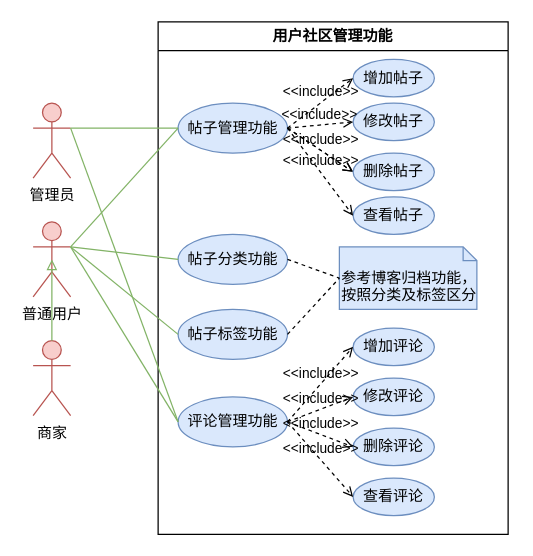
This is 海洋生物百科/用例图/用户社区管理功能.drawio from Running-Turtle1/Graph, a draw.io file, before an edit. Source tidied: cells renumbered, new cells numbered last; positions are measured from the earlier drawing's top-left corner, leaving out a move shared by most shapes. Both pictures are drawn from the tidied source at 125%, with x=0, y=0 at pixel (32, 21).
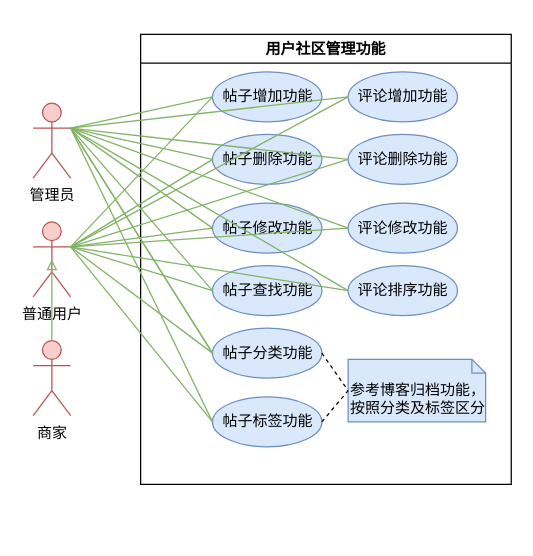
The same page after the edit.

Commit message:
更新用户社区管理功能.drawio

The change refers to these unchanged cells:
```xml
<mxCell id="27" value="普通用户" style="shape=umlActor;verticalLabelPosition=bottom;verticalAlign=top;html=1;fillColor=#f8cecc;strokeColor=#b85450;" parent="1" vertex="1">
  <mxGeometry y="160" width="30" height="60" as="geometry" />
</mxCell>
<mxCell id="29" value="管理员" style="shape=umlActor;verticalLabelPosition=bottom;verticalAlign=top;html=1;fillColor=#f8cecc;strokeColor=#b85450;" parent="1" vertex="1">
  <mxGeometry y="65" width="30" height="60" as="geometry" />
</mxCell>
```

Change to the diagram source:
```diff
@@
     <mxCell id="2" value="用户社区管理功能" style="swimlane;whiteSpace=wrap;html=1;" parent="1" vertex="1">
-      <mxGeometry x="100" width="280" height="410" as="geometry" />
+      <mxGeometry x="86" y="10" width="296.5" height="360" as="geometry" />
     </mxCell>
-    <mxCell id="3" value="帖子管理功能" style="ellipse;whiteSpace=wrap;html=1;fillColor=#dae8fc;strokeColor=#6c8ebf;" parent="2" vertex="1">
-      <mxGeometry x="16" y="65" width="87.5" height="40" as="geometry" />
-    </mxCell>
+    <mxCell id="37" value="帖子增加功能" style="ellipse;whiteSpace=wrap;html=1;fillColor=#dae8fc;strokeColor=#6c8ebf;" parent="2" vertex="1">
+      <mxGeometry x="57.5" y="30" width="87.5" height="40" as="geometry" />
+    </mxCell>
+    <mxCell id="38" value="帖子删除功能" style="ellipse;whiteSpace=wrap;html=1;fillColor=#dae8fc;strokeColor=#6c8ebf;" parent="2" vertex="1">
+      <mxGeometry x="57.5" y="80" width="87.5" height="40" as="geometry" />
+    </mxCell>
+    <mxCell id="39" value="帖子修改功能" style="ellipse;whiteSpace=wrap;html=1;fillColor=#dae8fc;strokeColor=#6c8ebf;" parent="2" vertex="1">
+      <mxGeometry x="57.5" y="135" width="87.5" height="40" as="geometry" />
+    </mxCell>
+    <mxCell id="40" value="帖子查找功能" style="ellipse;whiteSpace=wrap;html=1;fillColor=#dae8fc;strokeColor=#6c8ebf;" parent="2" vertex="1">
+      <mxGeometry x="57.5" y="185" width="87.5" height="40" as="geometry" />
+    </mxCell>
     <mxCell id="4" value="帖子分类功能" style="ellipse;whiteSpace=wrap;html=1;fillColor=#dae8fc;strokeColor=#6c8ebf;" parent="2" vertex="1">
-      <mxGeometry x="16" y="170" width="87.5" height="40" as="geometry" />
+      <mxGeometry x="57.5" y="235" width="87.5" height="40" as="geometry" />
     </mxCell>
     <mxCell id="5" value="帖子标签功能" style="ellipse;whiteSpace=wrap;html=1;fillColor=#dae8fc;strokeColor=#6c8ebf;" parent="2" vertex="1">
-      <mxGeometry x="16" y="230" width="87.5" height="40" as="geometry" />
+      <mxGeometry x="57.5" y="290" width="87.5" height="40" as="geometry" />
     </mxCell>
-    <mxCell id="6" value="增加帖子" style="ellipse;whiteSpace=wrap;html=1;fillColor=#dae8fc;strokeColor=#6c8ebf;" parent="2" vertex="1">
-      <mxGeometry x="156" y="30" width="65" height="30" as="geometry" />
-    </mxCell>
-    <mxCell id="7" value="修改帖子" style="ellipse;whiteSpace=wrap;html=1;fillColor=#dae8fc;strokeColor=#6c8ebf;" parent="2" vertex="1">
-      <mxGeometry x="156" y="65" width="65" height="30" as="geometry" />
-    </mxCell>
-    <mxCell id="8" value="&amp;lt;&amp;lt;include&amp;gt;&amp;gt;" style="html=1;verticalAlign=bottom;labelBackgroundColor=none;endArrow=open;endFill=0;dashed=1;rounded=0;exitX=1;exitY=0.5;exitDx=0;exitDy=0;entryX=0;entryY=0.5;entryDx=0;entryDy=0;" parent="2" edge="1" source="3" target="6">
-      <mxGeometry relative="1" as="geometry" />
-    </mxCell>
-    <mxCell id="9" value="&amp;lt;&amp;lt;include&amp;gt;&amp;gt;" style="html=1;verticalAlign=bottom;labelBackgroundColor=none;endArrow=open;endFill=0;dashed=1;rounded=0;entryX=0;entryY=0.5;entryDx=0;entryDy=0;exitX=1;exitY=0.5;exitDx=0;exitDy=0;" parent="2" edge="1" source="3" target="7">
-      <mxGeometry relative="1" as="geometry" />
-    </mxCell>
-    <mxCell id="10" value="&amp;lt;&amp;lt;include&amp;gt;&amp;gt;" style="html=1;verticalAlign=bottom;labelBackgroundColor=none;endArrow=open;endFill=0;dashed=1;rounded=0;exitX=1;exitY=0.5;exitDx=0;exitDy=0;entryX=0;entryY=0.5;entryDx=0;entryDy=0;" parent="2" edge="1" source="3" target="24">
-      <mxGeometry relative="1" as="geometry" />
-    </mxCell>
-    <mxCell id="11" value="查看帖子" style="ellipse;whiteSpace=wrap;html=1;fillColor=#dae8fc;strokeColor=#6c8ebf;" parent="2" vertex="1">
-      <mxGeometry x="156" y="140" width="65" height="30" as="geometry" />
-    </mxCell>
-    <mxCell id="12" value="&amp;lt;&amp;lt;include&amp;gt;&amp;gt;" style="html=1;verticalAlign=bottom;labelBackgroundColor=none;endArrow=open;endFill=0;dashed=1;rounded=0;exitX=1;exitY=0.5;exitDx=0;exitDy=0;entryX=0;entryY=0.5;entryDx=0;entryDy=0;" parent="2" edge="1" source="3" target="11">
-      <mxGeometry relative="1" as="geometry" />
-    </mxCell>
-    <mxCell id="13" value="评论管理功能" style="ellipse;whiteSpace=wrap;html=1;fillColor=#dae8fc;strokeColor=#6c8ebf;" parent="2" vertex="1">
-      <mxGeometry x="16" y="300" width="87.5" height="40" as="geometry" />
-    </mxCell>
-    <mxCell id="14" value="增加评论" style="ellipse;whiteSpace=wrap;html=1;fillColor=#dae8fc;strokeColor=#6c8ebf;" parent="2" vertex="1">
-      <mxGeometry x="156" y="245" width="65" height="30" as="geometry" />
-    </mxCell>
-    <mxCell id="15" value="修改评论" style="ellipse;whiteSpace=wrap;html=1;fillColor=#dae8fc;strokeColor=#6c8ebf;" parent="2" vertex="1">
-      <mxGeometry x="156" y="285" width="65" height="30" as="geometry" />
-    </mxCell>
-    <mxCell id="16" value="删除评论" style="ellipse;whiteSpace=wrap;html=1;fillColor=#dae8fc;strokeColor=#6c8ebf;" parent="2" vertex="1">
-      <mxGeometry x="156" y="325" width="65" height="30" as="geometry" />
-    </mxCell>
-    <mxCell id="17" value="查看评论" style="ellipse;whiteSpace=wrap;html=1;fillColor=#dae8fc;strokeColor=#6c8ebf;" parent="2" vertex="1">
-      <mxGeometry x="156" y="365" width="65" height="30" as="geometry" />
-    </mxCell>
-    <mxCell id="18" value="&amp;lt;&amp;lt;include&amp;gt;&amp;gt;" style="html=1;verticalAlign=bottom;labelBackgroundColor=none;endArrow=open;endFill=0;dashed=1;rounded=0;exitX=1;exitY=0.5;exitDx=0;exitDy=0;entryX=0;entryY=0.5;entryDx=0;entryDy=0;" parent="2" edge="1" source="13" target="14">
-      <mxGeometry relative="1" as="geometry" />
-    </mxCell>
-    <mxCell id="19" value="&amp;lt;&amp;lt;include&amp;gt;&amp;gt;" style="html=1;verticalAlign=bottom;labelBackgroundColor=none;endArrow=open;endFill=0;dashed=1;rounded=0;entryX=0;entryY=0.5;entryDx=0;entryDy=0;exitX=1;exitY=0.5;exitDx=0;exitDy=0;" parent="2" edge="1" source="13" target="15">
-      <mxGeometry relative="1" as="geometry" />
-    </mxCell>
-    <mxCell id="20" value="&amp;lt;&amp;lt;include&amp;gt;&amp;gt;" style="html=1;verticalAlign=bottom;labelBackgroundColor=none;endArrow=open;endFill=0;dashed=1;rounded=0;entryX=0;entryY=0.5;entryDx=0;entryDy=0;exitX=1;exitY=0.5;exitDx=0;exitDy=0;" parent="2" edge="1" source="13" target="16">
-      <mxGeometry relative="1" as="geometry" />
-    </mxCell>
-    <mxCell id="21" value="&amp;lt;&amp;lt;include&amp;gt;&amp;gt;" style="html=1;verticalAlign=bottom;labelBackgroundColor=none;endArrow=open;endFill=0;dashed=1;rounded=0;entryX=0;entryY=0.5;entryDx=0;entryDy=0;exitX=1;exitY=0.5;exitDx=0;exitDy=0;" parent="2" edge="1" source="13" target="17">
-      <mxGeometry relative="1" as="geometry" />
-    </mxCell>
     <mxCell id="22" value="参考博客归档功能，按照分类及标签区分" style="shape=note2;boundedLbl=1;whiteSpace=wrap;html=1;size=11;verticalAlign=top;align=left;fillColor=#dae8fc;strokeColor=#6c8ebf;" parent="2" vertex="1">
-      <mxGeometry x="145" y="180" width="110" height="50" as="geometry" />
+      <mxGeometry x="166" y="260" width="110" height="50" as="geometry" />
     </mxCell>
-    <mxCell id="23" style="html=1;verticalAlign=bottom;labelBackgroundColor=none;endArrow=open;endFill=0;dashed=1;rounded=0;exitX=1;exitY=0.5;exitDx=0;exitDy=0;entryX=0;entryY=0.5;entryDx=0;entryDy=0;" parent="2" edge="1" source="3" target="24">
-      <mxGeometry relative="1" as="geometry" />
-    </mxCell>
-    <mxCell id="24" value="删除帖子" style="ellipse;whiteSpace=wrap;html=1;fillColor=#dae8fc;strokeColor=#6c8ebf;" parent="2" vertex="1">
-      <mxGeometry x="156" y="105" width="65" height="30" as="geometry" />
-    </mxCell>
@@
+    <mxCell id="41" value="评论增加功能" style="ellipse;whiteSpace=wrap;html=1;fillColor=#dae8fc;strokeColor=#6c8ebf;" parent="2" vertex="1">
+      <mxGeometry x="166" y="30" width="87.5" height="40" as="geometry" />
+    </mxCell>
+    <mxCell id="42" value="评论删除功能" style="ellipse;whiteSpace=wrap;html=1;fillColor=#dae8fc;strokeColor=#6c8ebf;" parent="2" vertex="1">
+      <mxGeometry x="166" y="80" width="87.5" height="40" as="geometry" />
+    </mxCell>
+    <mxCell id="43" value="评论修改功能" style="ellipse;whiteSpace=wrap;html=1;fillColor=#dae8fc;strokeColor=#6c8ebf;" parent="2" vertex="1">
+      <mxGeometry x="166" y="135" width="87.5" height="40" as="geometry" />
+    </mxCell>
+    <mxCell id="44" value="评论排序功能" style="ellipse;whiteSpace=wrap;html=1;fillColor=#dae8fc;strokeColor=#6c8ebf;" parent="2" vertex="1">
+      <mxGeometry x="166" y="185" width="87.5" height="40" as="geometry" />
+    </mxCell>
@@
+    <mxCell id="45" style="endArrow=none;html=1;rounded=0;fillColor=#d5e8d4;strokeColor=#82b366;entryX=1;entryY=0.3333333333333333;entryDx=0;entryDy=0;exitX=0;exitY=0.5;exitDx=0;exitDy=0;entryPerimeter=0;" parent="1" edge="1" source="4" target="29">
+      <mxGeometry relative="1" as="geometry" />
+    </mxCell>
+    <mxCell id="46" style="endArrow=none;html=1;rounded=0;fillColor=#d5e8d4;strokeColor=#82b366;entryX=1;entryY=0.3333333333333333;entryDx=0;entryDy=0;exitX=0;exitY=0.5;exitDx=0;exitDy=0;entryPerimeter=0;" parent="1" edge="1" source="4" target="29">
+      <mxGeometry relative="1" as="geometry" />
+    </mxCell>
+    <mxCell id="47" style="endArrow=none;html=1;rounded=0;fillColor=#d5e8d4;strokeColor=#82b366;entryX=1;entryY=0.3333333333333333;entryDx=0;entryDy=0;exitX=0;exitY=0.5;exitDx=0;exitDy=0;entryPerimeter=0;" parent="1" edge="1" source="39" target="27">
+      <mxGeometry relative="1" as="geometry" />
+    </mxCell>
+    <mxCell id="48" style="endArrow=none;html=1;rounded=0;fillColor=#d5e8d4;strokeColor=#82b366;entryX=1;entryY=0.3333333333333333;entryDx=0;entryDy=0;exitX=0;exitY=0.5;exitDx=0;exitDy=0;entryPerimeter=0;" parent="1" edge="1" source="39" target="29">
+      <mxGeometry relative="1" as="geometry" />
+    </mxCell>
+    <mxCell id="49" style="endArrow=none;html=1;rounded=0;fillColor=#d5e8d4;strokeColor=#82b366;entryX=1;entryY=0.3333333333333333;entryDx=0;entryDy=0;exitX=0;exitY=0.5;exitDx=0;exitDy=0;entryPerimeter=0;" parent="1" edge="1" source="38" target="27">
+      <mxGeometry relative="1" as="geometry" />
+    </mxCell>
+    <mxCell id="50" style="endArrow=none;html=1;rounded=0;fillColor=#d5e8d4;strokeColor=#82b366;entryX=1;entryY=0.3333333333333333;entryDx=0;entryDy=0;exitX=0;exitY=0.5;exitDx=0;exitDy=0;entryPerimeter=0;" parent="1" edge="1" source="38" target="29">
+      <mxGeometry relative="1" as="geometry" />
+    </mxCell>
+    <mxCell id="51" style="endArrow=none;html=1;rounded=0;fillColor=#d5e8d4;strokeColor=#82b366;entryX=1;entryY=0.3333333333333333;entryDx=0;entryDy=0;exitX=0;exitY=0.5;exitDx=0;exitDy=0;entryPerimeter=0;" parent="1" edge="1" source="37" target="29">
+      <mxGeometry relative="1" as="geometry" />
+    </mxCell>
+    <mxCell id="52" style="endArrow=none;html=1;rounded=0;fillColor=#d5e8d4;strokeColor=#82b366;entryX=1;entryY=0.3333333333333333;entryDx=0;entryDy=0;exitX=0;exitY=0.5;exitDx=0;exitDy=0;entryPerimeter=0;" parent="1" edge="1" source="37" target="27">
+      <mxGeometry relative="1" as="geometry" />
+    </mxCell>
+    <mxCell id="53" style="endArrow=none;html=1;rounded=0;fillColor=#d5e8d4;strokeColor=#82b366;entryX=1;entryY=0.3333333333333333;entryDx=0;entryDy=0;exitX=0;exitY=0.5;exitDx=0;exitDy=0;entryPerimeter=0;" parent="1" edge="1" source="40" target="29">
+      <mxGeometry relative="1" as="geometry" />
+    </mxCell>
+    <mxCell id="54" style="endArrow=none;html=1;rounded=0;fillColor=#d5e8d4;strokeColor=#82b366;entryX=1;entryY=0.3333333333333333;entryDx=0;entryDy=0;exitX=0;exitY=0.5;exitDx=0;exitDy=0;entryPerimeter=0;" parent="1" edge="1" source="40" target="27">
+      <mxGeometry relative="1" as="geometry" />
+    </mxCell>
+    <mxCell id="55" style="endArrow=none;html=1;rounded=0;fillColor=#d5e8d4;strokeColor=#82b366;entryX=1;entryY=0.3333333333333333;entryDx=0;entryDy=0;exitX=0;exitY=0.5;exitDx=0;exitDy=0;entryPerimeter=0;" parent="1" edge="1" source="44" target="27">
+      <mxGeometry relative="1" as="geometry" />
+    </mxCell>
+    <mxCell id="56" style="endArrow=none;html=1;rounded=0;fillColor=#d5e8d4;strokeColor=#82b366;entryX=1;entryY=0.3333333333333333;entryDx=0;entryDy=0;exitX=0;exitY=0.5;exitDx=0;exitDy=0;entryPerimeter=0;" parent="1" edge="1" source="42" target="29">
+      <mxGeometry relative="1" as="geometry" />
+    </mxCell>
+    <mxCell id="57" style="endArrow=none;html=1;rounded=0;fillColor=#d5e8d4;strokeColor=#82b366;entryX=1;entryY=0.3333333333333333;entryDx=0;entryDy=0;entryPerimeter=0;exitX=0;exitY=0.5;exitDx=0;exitDy=0;" parent="1" edge="1" source="41" target="27">
+      <mxGeometry relative="1" as="geometry" />
+    </mxCell>
+    <mxCell id="58" style="endArrow=none;html=1;rounded=0;fillColor=#d5e8d4;strokeColor=#82b366;entryX=1;entryY=0.3333333333333333;entryDx=0;entryDy=0;exitX=0;exitY=0.5;exitDx=0;exitDy=0;entryPerimeter=0;" parent="1" edge="1" source="41" target="29">
+      <mxGeometry relative="1" as="geometry" />
+    </mxCell>
-    <mxCell id="31" style="endArrow=none;html=1;rounded=0;fillColor=#d5e8d4;strokeColor=#82b366;exitX=0;exitY=0.5;exitDx=0;exitDy=0;entryX=1;entryY=0.3333333333333333;entryDx=0;entryDy=0;entryPerimeter=0;" parent="1" edge="1" source="5" target="27">
+    <mxCell id="31" style="endArrow=none;html=1;rounded=0;fillColor=#d5e8d4;strokeColor=#82b366;entryX=1;entryY=0.3333333333333333;entryDx=0;entryDy=0;exitX=0;exitY=0.5;exitDx=0;exitDy=0;entryPerimeter=0;" parent="1" edge="1" source="5" target="27">
       <mxGeometry relative="1" as="geometry" />
     </mxCell>
-    <mxCell id="32" style="endArrow=none;html=1;rounded=0;fillColor=#d5e8d4;strokeColor=#82b366;entryX=1;entryY=0.3333333333333333;entryDx=0;entryDy=0;entryPerimeter=0;exitX=0;exitY=0.5;exitDx=0;exitDy=0;" parent="1" edge="1" source="4" target="27">
-      <mxGeometry relative="1" as="geometry" />
-    </mxCell>
-    <mxCell id="33" style="endArrow=none;html=1;rounded=0;fillColor=#d5e8d4;strokeColor=#82b366;entryX=1;entryY=0.3333333333333333;entryDx=0;entryDy=0;entryPerimeter=0;exitX=0;exitY=0.5;exitDx=0;exitDy=0;" parent="1" edge="1" source="3" target="29">
-      <mxGeometry relative="1" as="geometry" />
-    </mxCell>
-    <mxCell id="34" style="endArrow=none;html=1;rounded=0;fillColor=#d5e8d4;strokeColor=#82b366;entryX=0;entryY=0.5;entryDx=0;entryDy=0;exitX=1;exitY=0.3333333333333333;exitDx=0;exitDy=0;exitPerimeter=0;" parent="1" edge="1" source="27" target="3">
-      <mxGeometry relative="1" as="geometry" />
-    </mxCell>
-    <mxCell id="35" style="endArrow=none;html=1;rounded=0;fillColor=#d5e8d4;strokeColor=#82b366;exitX=0;exitY=0.5;exitDx=0;exitDy=0;entryX=1;entryY=0.3333333333333333;entryDx=0;entryDy=0;entryPerimeter=0;" parent="1" edge="1" source="13" target="29">
-      <mxGeometry relative="1" as="geometry" />
-    </mxCell>
-    <mxCell id="36" style="endArrow=none;html=1;rounded=0;fillColor=#d5e8d4;strokeColor=#82b366;exitX=0;exitY=0.5;exitDx=0;exitDy=0;entryX=1;entryY=0.3333333333333333;entryDx=0;entryDy=0;entryPerimeter=0;" parent="1" edge="1" source="13" target="27">
-      <mxGeometry relative="1" as="geometry" />
-    </mxCell>
+    <mxCell id="59" style="endArrow=none;html=1;rounded=0;fillColor=#d5e8d4;strokeColor=#82b366;exitX=1;exitY=0.3333333333333333;exitDx=0;exitDy=0;exitPerimeter=0;entryX=0;entryY=0.5;entryDx=0;entryDy=0;" parent="1" edge="1" source="29" target="5">
+      <mxGeometry relative="1" as="geometry" />
+    </mxCell>
+    <mxCell id="60" style="endArrow=none;html=1;rounded=0;fillColor=#d5e8d4;strokeColor=#82b366;entryX=0;entryY=0.5;entryDx=0;entryDy=0;exitX=1;exitY=0.3333333333333333;exitDx=0;exitDy=0;exitPerimeter=0;" parent="1" edge="1" source="27" target="4">
+      <mxGeometry relative="1" as="geometry" />
+    </mxCell>
+    <mxCell id="61" style="endArrow=none;html=1;rounded=0;fillColor=#d5e8d4;strokeColor=#82b366;entryX=1;entryY=0.3333333333333333;entryDx=0;entryDy=0;exitX=0;exitY=0.5;exitDx=0;exitDy=0;entryPerimeter=0;" parent="1" edge="1" source="44" target="29">
+      <mxGeometry relative="1" as="geometry" />
+    </mxCell>
+    <mxCell id="62" style="endArrow=none;html=1;rounded=0;fillColor=#d5e8d4;strokeColor=#82b366;entryX=1;entryY=0.3333333333333333;entryDx=0;entryDy=0;entryPerimeter=0;exitX=0;exitY=0.5;exitDx=0;exitDy=0;" parent="1" edge="1" source="43" target="29">
+      <mxGeometry relative="1" as="geometry" />
+    </mxCell>
+    <mxCell id="63" style="endArrow=none;html=1;rounded=0;fillColor=#d5e8d4;strokeColor=#82b366;entryX=1;entryY=0.3333333333333333;entryDx=0;entryDy=0;exitX=0;exitY=0.5;exitDx=0;exitDy=0;entryPerimeter=0;" parent="1" edge="1" source="42" target="27">
+      <mxGeometry relative="1" as="geometry" />
+    </mxCell>
+    <mxCell id="64" style="endArrow=none;html=1;rounded=0;fillColor=#d5e8d4;strokeColor=#82b366;entryX=1;entryY=0.3333333333333333;entryDx=0;entryDy=0;exitX=0;exitY=0.5;exitDx=0;exitDy=0;entryPerimeter=0;" parent="1" edge="1" source="43" target="27">
+      <mxGeometry relative="1" as="geometry" />
+    </mxCell>
```
